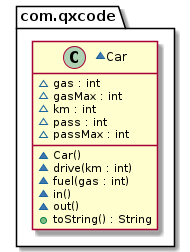
victorfarias/arcade keeps this PlantUML diagram as base/002/diagrama.png. Above is the earlier version. The source it was exported from:
```plantuml
@startuml
package com.qxcode {
  ~class Car {
    ~ gas : int
    ~ gasMax : int
    ~ km : int
    ~ pass : int
    ~ passMax : int
    ~ Car()
    ~ drive(km : int)
    ~ fuel(gas : int)
    ~ in()
    ~ out()
    + toString() : String
  }
}
@enduml
```
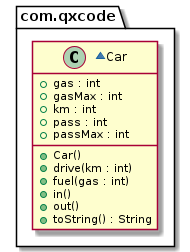
After the commit.

What changed in the source:
```diff
@@ -1,16 +1,17 @@
 @startuml
 package com.qxcode {
   ~class Car {
-    ~ gas : int
-    ~ gasMax : int
-    ~ km : int
-    ~ pass : int
-    ~ passMax : int
-    ~ Car()
-    ~ drive(km : int)
-    ~ fuel(gas : int)
-    ~ in()
-    ~ out()
+    + gas : int
+    + gasMax : int
+    + km : int
+    + pass : int
+    + passMax : int
+    __
+    + Car()
+    + drive(km : int)
+    + fuel(gas : int)
+    + in()
+    + out()
     + toString() : String
   }
 }
```
